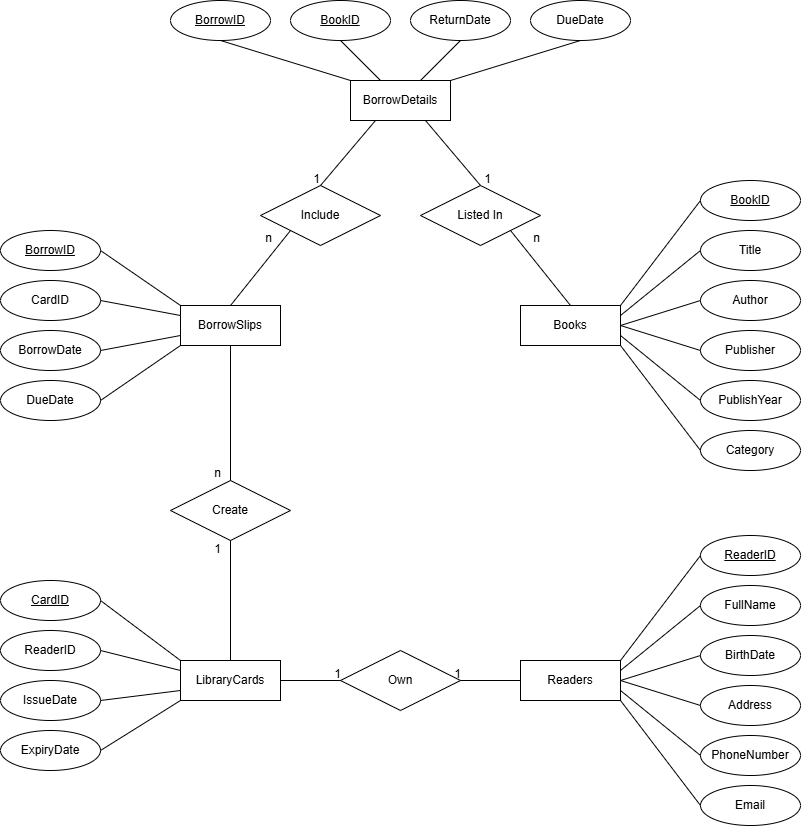
Above: Week_01/Database_design-ERD.drawio.png in NgocPhungggg/CUT (draw.io), before the change. Source tidied: cells renumbered, new cells last; positions are measured from the earlier drawing's top-left corner, leaving out a move shared by most shapes.
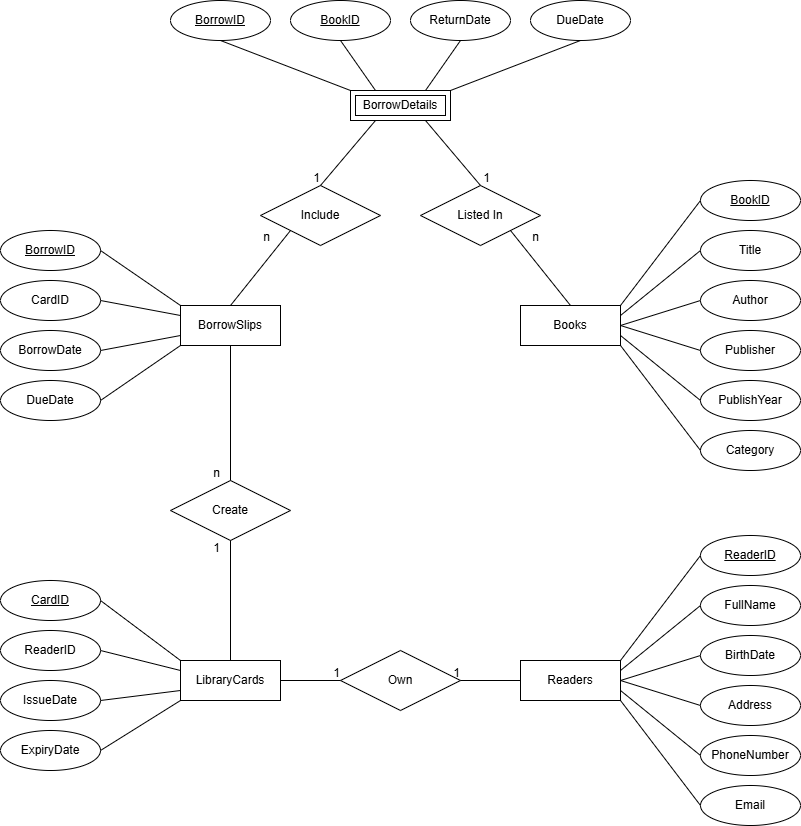
Later version of the same file.

The edit, as a diff of the source:
```diff
@@ -77,15 +77,12 @@
     <mxCell id="26" style="rounded=0;jettySize=auto;html=1;entryX=0.5;entryY=1;entryDx=0;entryDy=0;exitX=0;exitY=0;exitDx=0;exitDy=0;endArrow=none;endFill=0;" parent="1" edge="1" source="29" target="30">
       <mxGeometry relative="1" as="geometry" />
     </mxCell>
-    <mxCell id="27" style="rounded=0;jettySize=auto;html=1;entryX=0.5;entryY=1;entryDx=0;entryDy=0;endArrow=none;endFill=0;" parent="1" edge="1" source="29" target="31">
+    <mxCell id="27" style="rounded=0;jettySize=auto;html=1;entryX=0.5;entryY=1;entryDx=0;entryDy=0;endArrow=none;endFill=0;exitX=0.25;exitY=0;exitDx=0;exitDy=0;" parent="1" edge="1" source="29" target="31">
       <mxGeometry relative="1" as="geometry" />
     </mxCell>
-    <mxCell id="28" style="rounded=0;jettySize=auto;html=1;entryX=0.5;entryY=1;entryDx=0;entryDy=0;endArrow=none;endFill=0;" parent="1" edge="1" source="29" target="32">
+    <mxCell id="28" style="rounded=0;jettySize=auto;html=1;entryX=0.5;entryY=1;entryDx=0;entryDy=0;endArrow=none;endFill=0;exitX=0.75;exitY=0;exitDx=0;exitDy=0;" parent="1" edge="1" source="29" target="32">
       <mxGeometry relative="1" as="geometry" />
     </mxCell>
-    <mxCell id="29" value="BorrowDetails" style="whiteSpace=wrap;html=1;align=center;" parent="1" vertex="1">
-      <mxGeometry x="350" y="80" width="100" height="40" as="geometry" />
-    </mxCell>
     <mxCell id="30" value="BorrowID" style="ellipse;whiteSpace=wrap;html=1;align=center;fontStyle=4;" parent="1" vertex="1">
       <mxGeometry x="170" width="100" height="40" as="geometry" />
     </mxCell>
@@ -235,5 +232,8 @@
         <mxPoint x="10" as="offset" />
       </mxGeometry>
     </mxCell>
+    <mxCell id="29" value="BorrowDetails" style="shape=ext;margin=3;double=1;whiteSpace=wrap;html=1;align=center;" parent="1" vertex="1">
+      <mxGeometry x="350" y="90" width="100" height="30" as="geometry" />
+    </mxCell>
   </root>
 </mxGraphModel>
```
